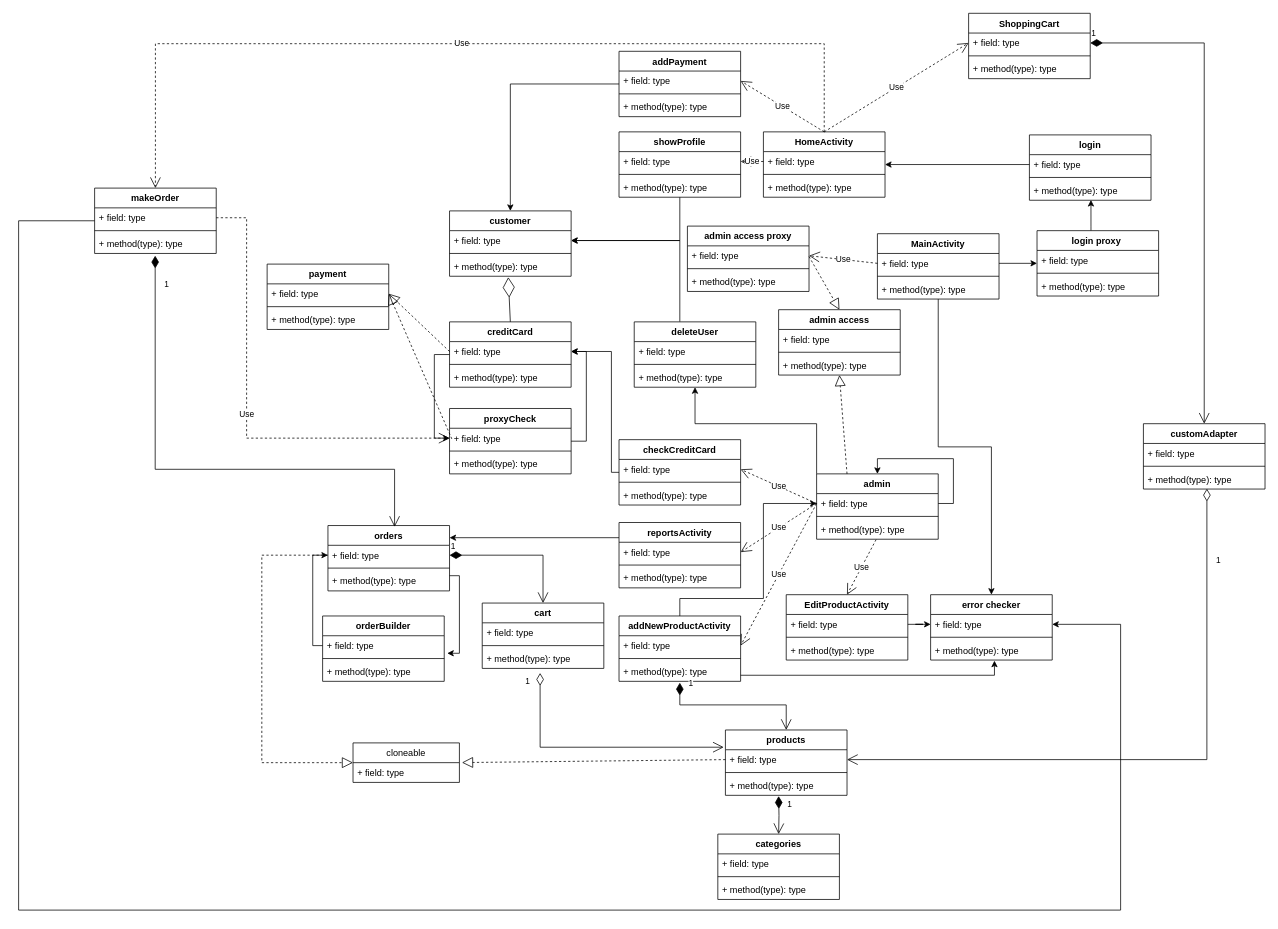
Above: designPattern.drawio in marawanFawzy/MyShoppingApp (draw.io), before the change. Source tidied: cells renumbered, new cells numbered last; positions are measured from the earlier drawing's top-left corner, leaving out a move shared by most shapes. Both pictures are drawn from the tidied source at 76%, with x=0, y=0 at pixel (18, 13).
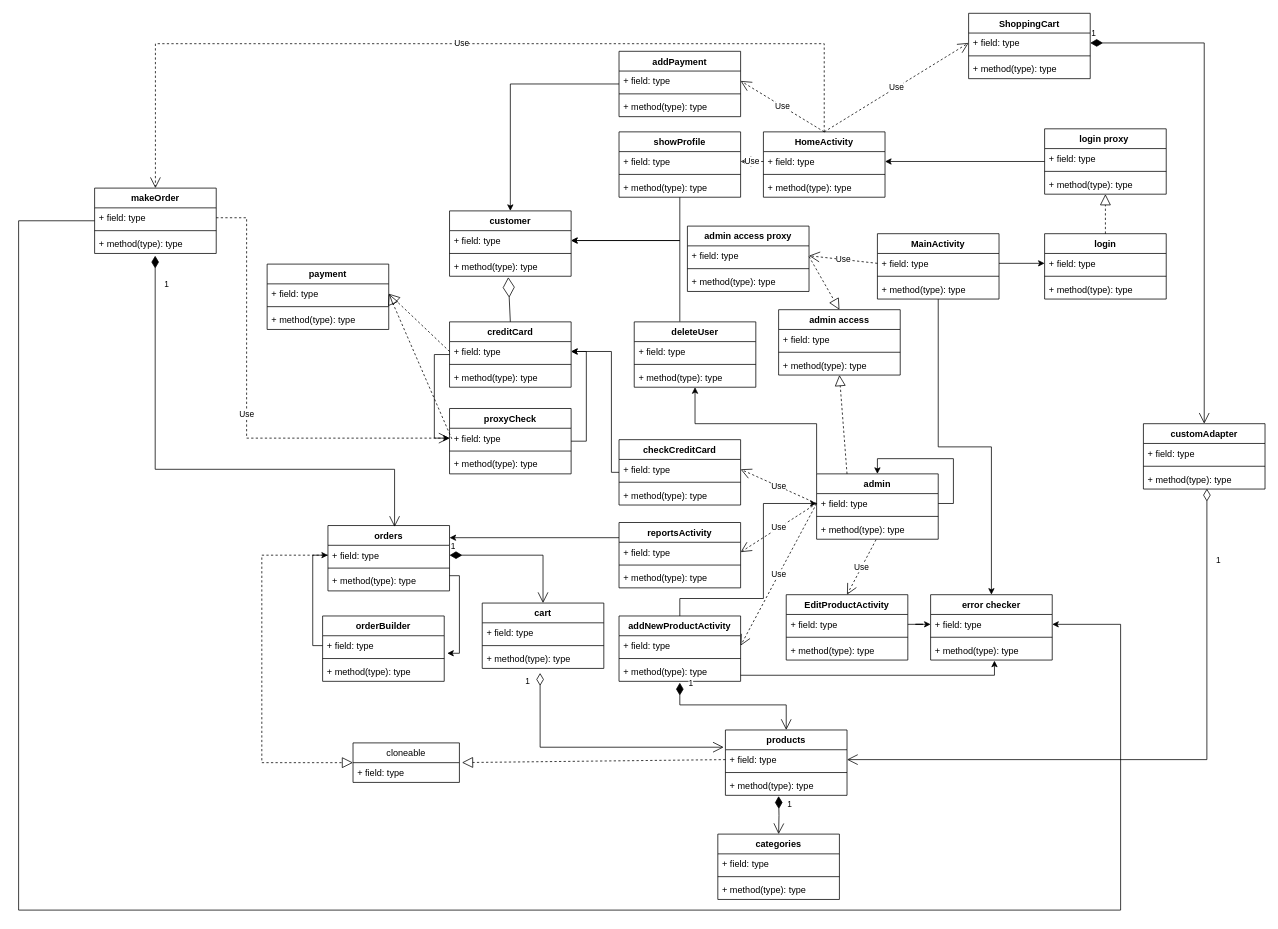
After the change.

The change refers to these unchanged cells:
```xml
<mxCell id="4" value="+ field: type" style="text;strokeColor=none;fillColor=none;align=left;verticalAlign=top;spacingLeft=4;spacingRight=4;overflow=hidden;points=[[0,0.5],[1,0.5]];portConstraint=eastwest;" parent="3" vertex="1">
  <mxGeometry y="26" width="160" height="26" as="geometry" />
</mxCell>
<mxCell id="31" value="+ field: type" style="text;strokeColor=none;fillColor=none;align=left;verticalAlign=top;spacingLeft=4;spacingRight=4;overflow=hidden;points=[[0,0.5],[1,0.5]];portConstraint=eastwest;" parent="30" vertex="1">
  <mxGeometry y="26" width="160" height="26" as="geometry" />
</mxCell>
<mxCell id="33" value="+ method(type): type" style="text;strokeColor=none;fillColor=none;align=left;verticalAlign=top;spacingLeft=4;spacingRight=4;overflow=hidden;points=[[0,0.5],[1,0.5]];portConstraint=eastwest;" parent="30" vertex="1">
  <mxGeometry y="60" width="160" height="26" as="geometry" />
</mxCell>
<mxCell id="75" value="HomeActivity" style="swimlane;fontStyle=1;align=center;verticalAlign=top;horizontal=1;startSize=26;" parent="1" vertex="1">
  <mxGeometry x="980" y="156" width="160" height="86" as="geometry" />
</mxCell>
<mxCell id="76" value="+ field: type" style="text;strokeColor=none;fillColor=none;align=left;verticalAlign=top;spacingLeft=4;spacingRight=4;overflow=hidden;points=[[0,0.5],[1,0.5]];portConstraint=eastwest;" parent="75" vertex="1">
  <mxGeometry y="26" width="160" height="26" as="geometry" />
</mxCell>
```

What changed in the source:
```diff
@@
-    <mxCell id="25" style="edgeStyle=orthogonalEdgeStyle;rounded=0;jettySize=auto;html=1;entryX=0.506;entryY=0.986;entryDx=0;entryDy=0;entryPerimeter=0;" parent="1" edge="1" source="26" target="33">
-      <mxGeometry relative="1" as="geometry">
-        <Array as="points">
-          <mxPoint x="1411" y="280" />
-          <mxPoint x="1411" y="280" />
-        </Array>
-      </mxGeometry>
-    </mxCell>
+    <mxCell id="155" style="edgeStyle=orthogonalEdgeStyle;rounded=0;jettySize=auto;html=1;" parent="1" edge="1" source="26" target="76">
+      <mxGeometry relative="1" as="geometry" />
+    </mxCell>
     <mxCell id="26" value="login proxy " style="swimlane;fontStyle=1;align=center;verticalAlign=top;horizontal=1;startSize=26;" parent="1" vertex="1">
-      <mxGeometry x="1340" y="286" width="160" height="86" as="geometry" />
+      <mxGeometry x="1350" y="152" width="160" height="86" as="geometry" />
     </mxCell>
@@
     <mxCell id="30" value="login" style="swimlane;fontStyle=1;align=center;verticalAlign=top;horizontal=1;startSize=26;" parent="1" vertex="1">
-      <mxGeometry x="1330" y="160" width="160" height="86" as="geometry" />
+      <mxGeometry x="1350" y="290" width="160" height="86" as="geometry" />
     </mxCell>
@@
-    <mxCell id="79" style="edgeStyle=orthogonalEdgeStyle;rounded=0;jettySize=auto;html=1;entryX=0;entryY=0.5;entryDx=0;entryDy=0;" parent="1" edge="1" source="4" target="26">
-      <mxGeometry relative="1" as="geometry" />
-    </mxCell>
-    <mxCell id="80" style="edgeStyle=orthogonalEdgeStyle;rounded=0;jettySize=auto;html=1;" parent="1" edge="1" source="31" target="75">
-      <mxGeometry relative="1" as="geometry" />
-    </mxCell>
@@
+    <mxCell id="156" style="edgeStyle=orthogonalEdgeStyle;rounded=0;jettySize=auto;html=1;entryX=0;entryY=0.5;entryDx=0;entryDy=0;" parent="1" edge="1" source="4" target="31">
+      <mxGeometry relative="1" as="geometry" />
+    </mxCell>
+    <mxCell id="157" style="endArrow=block;dashed=1;endFill=0;endSize=12;html=1;rounded=0;exitX=0.5;exitY=0;exitDx=0;exitDy=0;entryX=0.5;entryY=1;entryDx=0;entryDy=0;" parent="1" edge="1" source="30" target="26">
+      <mxGeometry relative="1" as="geometry" />
+    </mxCell>
```
